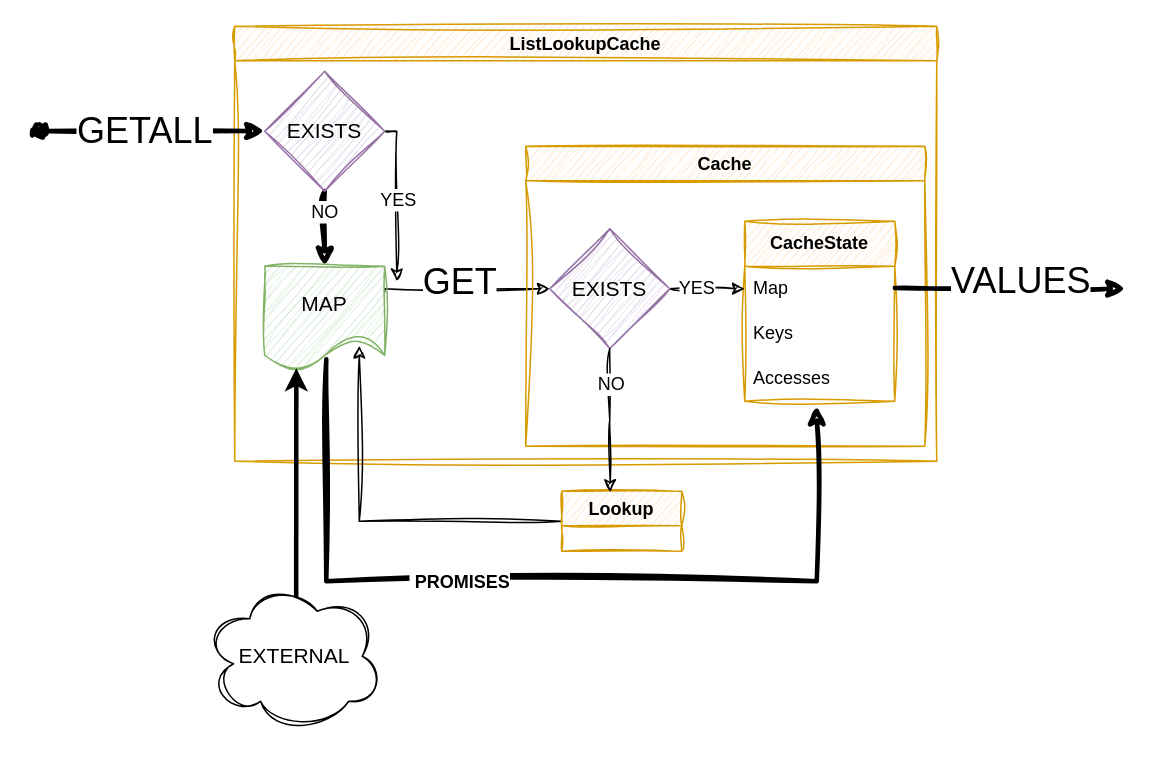
Above: assets/images/2023/12/cache_composition.drawio in stevenrskelton/stevenrskelton.github.io (draw.io), before the change. Source tidied: cells renumbered, new cells numbered last; positions are measured from the earlier drawing's top-left corner, leaving out a move shared by most shapes. Both pictures are drawn from the tidied source at 150%, with x=0, y=0 at pixel (39, 26).
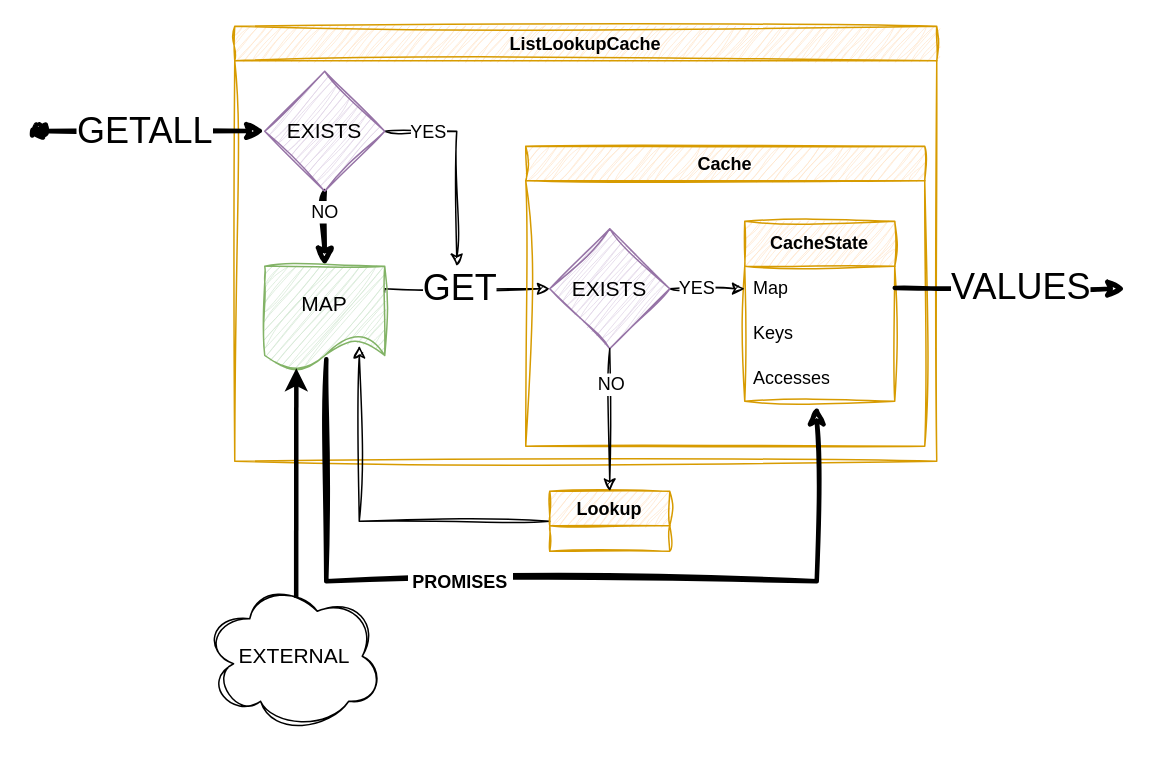
The same page after the edit.

Unchanged cells that the change refers to:
```xml
<mxCell id="2" value="ListLookupCache" style="swimlane;whiteSpace=wrap;html=1;fillColor=#ffe6cc;strokeColor=#d79b00;sketch=1;curveFitting=1;jiggle=2;" parent="1" vertex="1">
  <mxGeometry x="130" width="468" height="290" as="geometry" />
</mxCell>
<mxCell id="3" style="edgeStyle=orthogonalEdgeStyle;rounded=0;jettySize=auto;html=1;entryX=0;entryY=0.5;entryDx=0;entryDy=0;exitX=1;exitY=0.25;exitDx=0;exitDy=0;sketch=1;curveFitting=1;jiggle=2;" parent="2" edge="1" source="9" target="16">
  <mxGeometry relative="1" as="geometry">
    <Array as="points">
      <mxPoint x="100" y="175" />
    </Array>
  </mxGeometry>
</mxCell>
<mxCell id="8" value="EXISTS" style="rhombus;whiteSpace=wrap;html=1;fontSize=14;sketch=1;curveFitting=1;jiggle=2;fillColor=#e1d5e7;strokeColor=#9673a6;" parent="2" vertex="1">
  <mxGeometry x="20" y="30" width="80" height="80" as="geometry" />
</mxCell>
<mxCell id="16" value="EXISTS" style="rhombus;whiteSpace=wrap;html=1;fontSize=14;sketch=1;curveFitting=1;jiggle=2;fillColor=#e1d5e7;strokeColor=#9673a6;" parent="10" vertex="1">
  <mxGeometry x="16" y="55" width="80" height="80" as="geometry" />
</mxCell>
<mxCell id="17" style="edgeStyle=orthogonalEdgeStyle;rounded=0;orthogonalLoop=1;jettySize=auto;html=1;strokeWidth=3;sketch=1;curveFitting=1;jiggle=2;" parent="10" edge="1">
  <mxGeometry relative="1" as="geometry">
    <mxPoint x="246" y="94.5" as="sourcePoint" />
    <mxPoint x="400" y="95" as="targetPoint" />
    <Array as="points">
      <mxPoint x="306" y="94.5" />
    </Array>
  </mxGeometry>
</mxCell>
<mxCell id="19" style="edgeStyle=orthogonalEdgeStyle;rounded=0;jettySize=auto;html=1;exitX=0.513;exitY=0.886;exitDx=0;exitDy=0;exitPerimeter=0;strokeWidth=3;sketch=1;curveFitting=1;jiggle=2;entryX=0.48;entryY=1.1;entryDx=0;entryDy=0;entryPerimeter=0;" parent="2" edge="1" source="9" target="14">
  <mxGeometry relative="1" as="geometry">
    <Array as="points">
      <mxPoint x="61" y="370" />
      <mxPoint x="388" y="370" />
    </Array>
  </mxGeometry>
</mxCell>
```

Diff of the diagram source:
```diff
@@
     <mxCell id="4" value="GET" style="edgeLabel;html=1;align=center;verticalAlign=middle;fontSize=24;labelBackgroundColor=default;" parent="3" vertex="1">
       <mxGeometry x="0.47" relative="1" as="geometry">
-        <mxPoint x="-31" y="-5" as="offset" />
+        <mxPoint x="-31" y="-1" as="offset" />
       </mxGeometry>
     </mxCell>
@@
     <mxCell id="6" style="edgeStyle=orthogonalEdgeStyle;rounded=0;jettySize=auto;html=1;exitX=1;exitY=0.5;exitDx=0;exitDy=0;sketch=1;curveFitting=1;jiggle=2;endArrow=classic;endFill=1;" parent="2" edge="1" source="8">
       <mxGeometry relative="1" as="geometry">
-        <mxPoint x="108" y="170" as="targetPoint" />
+        <mxPoint x="148" y="160" as="targetPoint" />
         <Array as="points">
-          <mxPoint x="108" y="70" />
+          <mxPoint x="148" y="70" />
         </Array>
       </mxGeometry>
     </mxCell>
     <mxCell id="7" value="YES" style="edgeLabel;html=1;align=center;verticalAlign=middle;fontSize=12;" parent="6" vertex="1">
       <mxGeometry x="-0.75" relative="1" as="geometry">
-        <mxPoint y="39" as="offset" />
+        <mxPoint x="11" as="offset" />
       </mxGeometry>
     </mxCell>
@@
     <mxCell id="18" value="VALUES" style="edgeLabel;html=1;align=center;verticalAlign=middle;fontSize=24;labelBackgroundColor=default;" parent="17" vertex="1">
       <mxGeometry x="0.47" relative="1" as="geometry">
-        <mxPoint x="-29" y="-5" as="offset" />
+        <mxPoint x="-29" y="-1" as="offset" />
       </mxGeometry>
     </mxCell>
@@
-    <mxCell id="20" value="&amp;nbsp;PROMISES " style="edgeLabel;html=1;align=center;verticalAlign=middle;fontStyle=1;fontSize=12;labelBackgroundColor=default;" parent="19" vertex="1">
+    <mxCell id="20" value="&amp;nbsp;PROMISES&amp;nbsp; " style="edgeLabel;html=1;align=center;verticalAlign=middle;fontStyle=1;fontSize=12;labelBackgroundColor=default;" parent="19" vertex="1">
       <mxGeometry x="-0.29" relative="1" as="geometry">
         <mxPoint x="26" as="offset" />
       </mxGeometry>
     </mxCell>
@@
     <mxCell id="22" value="Lookup" style="swimlane;whiteSpace=wrap;html=1;fillColor=#ffe6cc;strokeColor=#d79b00;sketch=1;curveFitting=1;jiggle=2;" parent="1" vertex="1">
-      <mxGeometry x="348" y="310" width="80" height="40" as="geometry" />
+      <mxGeometry x="340" y="310" width="80" height="40" as="geometry" />
     </mxCell>
-    <mxCell id="23" style="edgeStyle=orthogonalEdgeStyle;rounded=0;jettySize=auto;html=1;entryX=0.405;entryY=0.014;entryDx=0;entryDy=0;entryPerimeter=0;exitX=0.5;exitY=1;exitDx=0;exitDy=0;sketch=1;curveFitting=1;jiggle=2;" parent="1" edge="1" source="16" target="22">
+    <mxCell id="23" style="edgeStyle=orthogonalEdgeStyle;rounded=0;jettySize=auto;html=1;entryX=0.5;entryY=0;entryDx=0;entryDy=0;exitX=0.5;exitY=1;exitDx=0;exitDy=0;sketch=1;curveFitting=1;jiggle=2;" parent="1" edge="1" source="16" target="22">
       <mxGeometry relative="1" as="geometry" />
     </mxCell>
```
